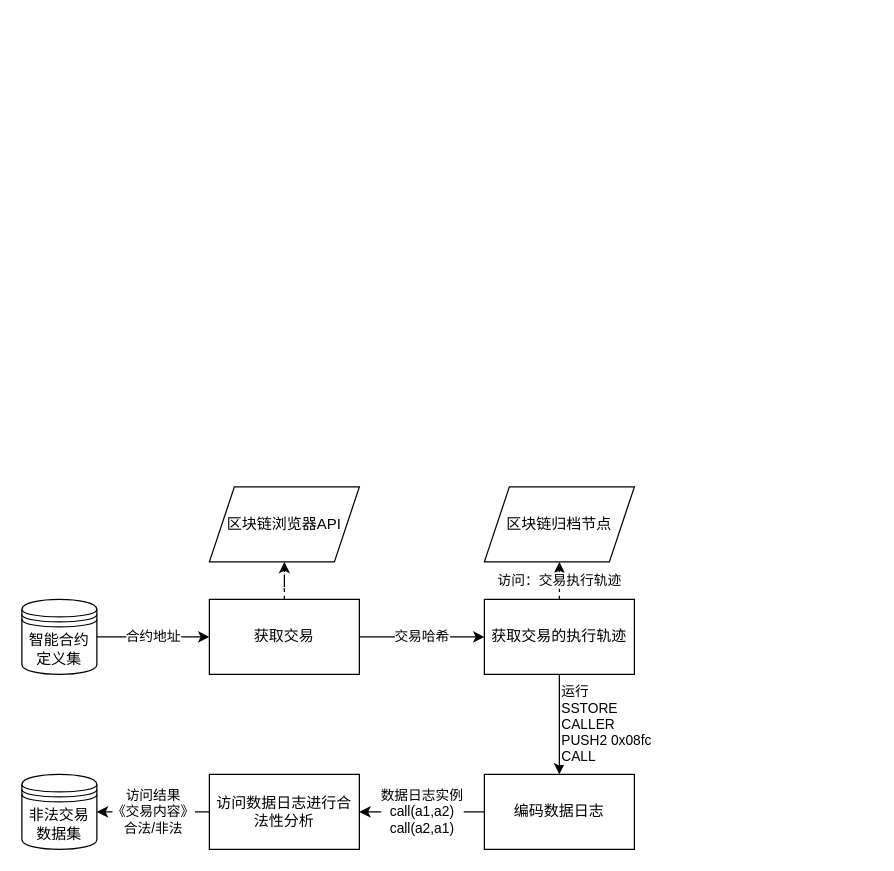
The draw.io diagram BlockFed.drawio in BowennCAI/Akabot1, before the edit. Source tidied: cells renumbered, new cells numbered last; positions are measured from the earlier drawing's top-left corner, leaving out a move shared by most shapes. Both pictures are drawn from the tidied source at 125%, with x=0, y=0 at pixel (21, 486).
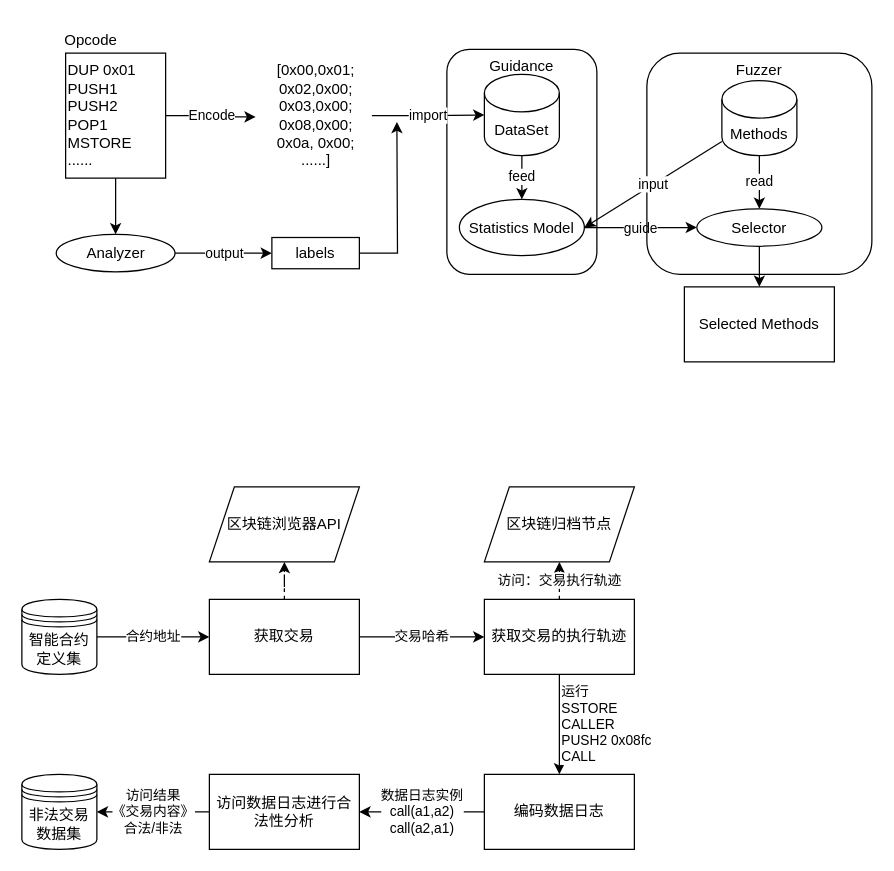
Above is the later version.

Change to the diagram source:
```diff
@@
+    <mxCell id="17" value="&lt;div align=&quot;center&quot;&gt;Guidance&lt;/div&gt;" style="rounded=1;whiteSpace=wrap;html=1;fontColor=none;fillColor=none;verticalAlign=top;align=center;" parent="1" vertex="1">
+      <mxGeometry x="340" y="-350" width="120" height="180" as="geometry" />
+    </mxCell>
@@
+    <mxCell id="18" style="group;" parent="1" vertex="1">
+      <mxGeometry x="20" y="-372" width="95" height="125" as="geometry" />
+    </mxCell>
+    <mxCell id="19" value="&lt;div&gt;DUP 0x01&lt;/div&gt;&lt;div&gt;PUSH1&lt;/div&gt;&lt;div&gt;PUSH2&lt;/div&gt;&lt;div&gt;POP1&lt;/div&gt;&lt;div&gt;MSTORE&lt;/div&gt;&lt;div&gt;......&lt;br&gt;&lt;/div&gt;" style="whiteSpace=wrap;html=1;align=left;" parent="18" vertex="1">
+      <mxGeometry x="15" y="25" width="80" height="100" as="geometry" />
+    </mxCell>
+    <mxCell id="20" value="Opcode" style="text;html=1;align=center;verticalAlign=middle;strokeColor=none;fillColor=none;" parent="18" vertex="1">
+      <mxGeometry width="70" height="30" as="geometry" />
+    </mxCell>
+    <mxCell id="21" value="Encode" style="edgeStyle=orthogonalEdgeStyle;rounded=0;jettySize=auto;html=1;entryX=-0.033;entryY=0.51;entryDx=0;entryDy=0;entryPerimeter=0;" parent="1" edge="1" source="19" target="23">
+      <mxGeometry relative="1" as="geometry" />
+    </mxCell>
+    <mxCell id="22" value="import" style="edgeStyle=orthogonalEdgeStyle;rounded=0;jettySize=auto;html=1;" parent="1" edge="1" source="23" target="25">
+      <mxGeometry relative="1" as="geometry" />
+    </mxCell>
+    <mxCell id="23" value="&lt;div&gt;[0x00,0x01;&lt;/div&gt;&lt;div&gt;0x02,0x00;&lt;/div&gt;&lt;div&gt;0x03,0x00;&lt;/div&gt;&lt;div&gt;0x08,0x00;&lt;/div&gt;&lt;div&gt;0x0a, 0x00;&lt;/div&gt;&lt;div&gt;......]&lt;/div&gt;" style="text;html=1;align=center;verticalAlign=middle;points=[];strokeColor=none;fillColor=none;" parent="1" vertex="1">
+      <mxGeometry x="190" y="-347" width="90" height="100" as="geometry" />
+    </mxCell>
+    <mxCell id="24" value="feed" style="edgeStyle=orthogonalEdgeStyle;rounded=0;jettySize=auto;html=1;fontColor=none;" parent="1" edge="1" source="25" target="32">
+      <mxGeometry relative="1" as="geometry" />
+    </mxCell>
+    <mxCell id="25" value="DataSet" style="shape=cylinder3;whiteSpace=wrap;html=1;boundedLbl=1;backgroundOutline=1;size=15;" parent="1" vertex="1">
+      <mxGeometry x="370" y="-330" width="60" height="65" as="geometry" />
+    </mxCell>
+    <mxCell id="26" value="output" style="edgeStyle=orthogonalEdgeStyle;rounded=0;jettySize=auto;html=1;" parent="1" edge="1" source="27" target="30">
+      <mxGeometry relative="1" as="geometry" />
+    </mxCell>
+    <mxCell id="27" value="&lt;div&gt;Analyzer&lt;br&gt;&lt;/div&gt;" style="ellipse;whiteSpace=wrap;html=1;align=center;" parent="1" vertex="1">
+      <mxGeometry x="27.5" y="-202" width="95" height="30" as="geometry" />
+    </mxCell>
+    <mxCell id="28" style="edgeStyle=orthogonalEdgeStyle;rounded=0;jettySize=auto;html=1;" parent="1" edge="1" source="19" target="27">
+      <mxGeometry relative="1" as="geometry" />
+    </mxCell>
+    <mxCell id="29" style="edgeStyle=orthogonalEdgeStyle;rounded=0;jettySize=auto;html=1;" parent="1" edge="1" source="30">
+      <mxGeometry relative="1" as="geometry">
+        <mxPoint x="300" y="-292" as="targetPoint" />
+      </mxGeometry>
+    </mxCell>
+    <mxCell id="30" value="labels" style="whiteSpace=wrap;html=1;" parent="1" vertex="1">
+      <mxGeometry x="200" y="-199.5" width="70" height="25" as="geometry" />
+    </mxCell>
+    <mxCell id="31" value="guide" style="edgeStyle=none;rounded=0;jettySize=auto;html=1;fontColor=none;" parent="1" edge="1" source="32" target="38">
+      <mxGeometry relative="1" as="geometry" />
+    </mxCell>
+    <mxCell id="32" value="Statistics Model" style="ellipse;whiteSpace=wrap;html=1;" parent="1" vertex="1">
+      <mxGeometry x="350" y="-230" width="100" height="45" as="geometry" />
+    </mxCell>
+    <mxCell id="33" value="Fuzzer" style="rounded=1;whiteSpace=wrap;html=1;fontColor=none;fillColor=none;verticalAlign=top;" parent="1" vertex="1">
+      <mxGeometry x="500" y="-347" width="180" height="177" as="geometry" />
+    </mxCell>
+    <mxCell id="34" value="input" style="rounded=0;jettySize=auto;html=1;entryX=1;entryY=0.5;entryDx=0;entryDy=0;fontColor=none;" parent="1" edge="1" source="36" target="32">
+      <mxGeometry relative="1" as="geometry" />
+    </mxCell>
+    <mxCell id="35" value="read" style="edgeStyle=none;rounded=0;jettySize=auto;html=1;fontColor=none;" parent="1" edge="1" source="36" target="38">
+      <mxGeometry relative="1" as="geometry" />
+    </mxCell>
+    <mxCell id="36" value="Methods" style="shape=cylinder3;whiteSpace=wrap;html=1;boundedLbl=1;backgroundOutline=1;size=15;" parent="1" vertex="1">
+      <mxGeometry x="560" y="-325" width="60" height="60" as="geometry" />
+    </mxCell>
+    <mxCell id="37" style="edgeStyle=none;rounded=0;jettySize=auto;html=1;fontColor=none;" parent="1" edge="1" source="38" target="39">
+      <mxGeometry relative="1" as="geometry" />
+    </mxCell>
+    <mxCell id="38" value="Selector" style="ellipse;whiteSpace=wrap;html=1;" parent="1" vertex="1">
+      <mxGeometry x="540" y="-222.5" width="100" height="30" as="geometry" />
+    </mxCell>
+    <mxCell id="39" value="Selected Methods" style="whiteSpace=wrap;html=1;" parent="1" vertex="1">
+      <mxGeometry x="530" y="-160" width="120" height="60" as="geometry" />
+    </mxCell>
```
